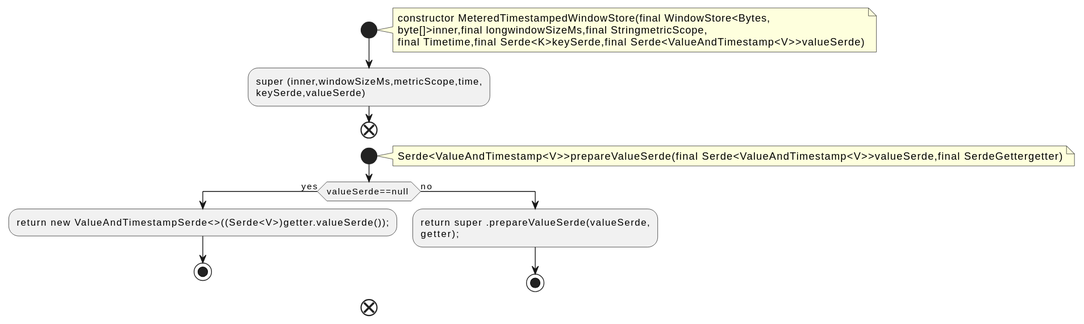
qualitesys/kafka keeps this PlantUML diagram as docs/qc/streams/src/main/java/org/apache/kafka/streams/state/internals/MeteredTimestampedWindowStore.java.fct.svg. Above is the earlier version.
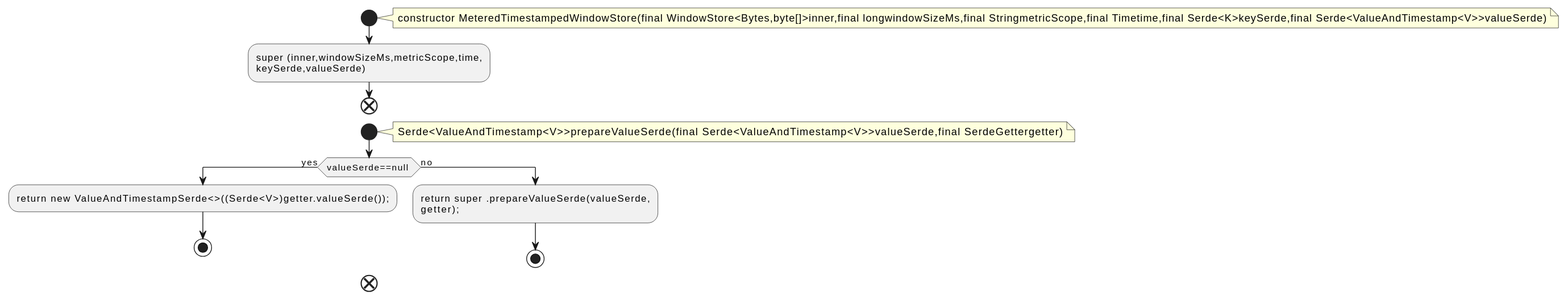
After the change.

What changed in the source:
```diff
@@ -2,9 +2,7 @@
 !pragma layout smetana
 start
 note right
-constructor MeteredTimestampedWindowStore(final WindowStore<Bytes,
-byte[]>inner,final longwindowSizeMs,final StringmetricScope,
-final Timetime,final Serde<K>keySerde,final Serde<ValueAndTimestamp<V>>valueSerde)
+constructor MeteredTimestampedWindowStore(final WindowStore<Bytes,byte[]>inner,final longwindowSizeMs,final StringmetricScope,final Timetime,final Serde<K>keySerde,final Serde<ValueAndTimestamp<V>>valueSerde)
 end note
 :super (inner,windowSizeMs,metricScope,time,
 keySerde,valueSerde);
```
